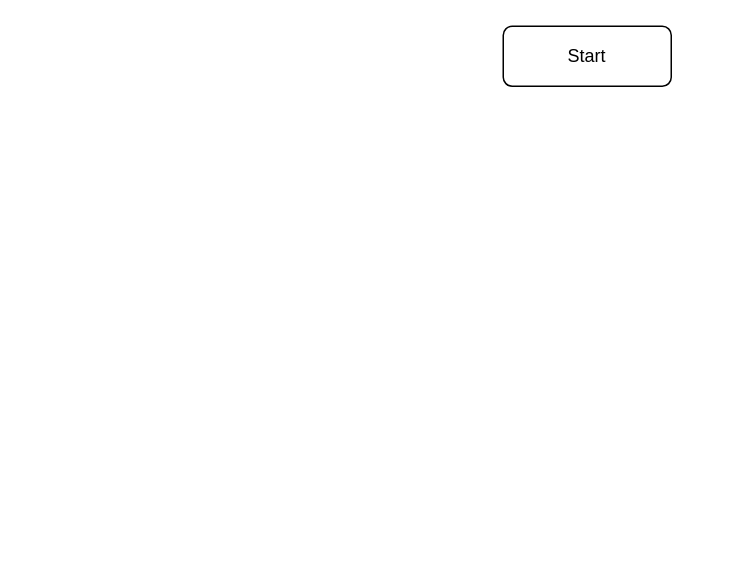
PlayWolfYT/M122 keeps this draw.io diagram as Projektauftrag/Datenimport.drawio. Above is the earlier version. Source tidied: cells renumbered, new cells numbered last; positions are measured from the earlier drawing's top-left corner, leaving out a move shared by most shapes. Both pictures are drawn from the tidied source at 150%, with x=0, y=0 at pixel (502, 26).
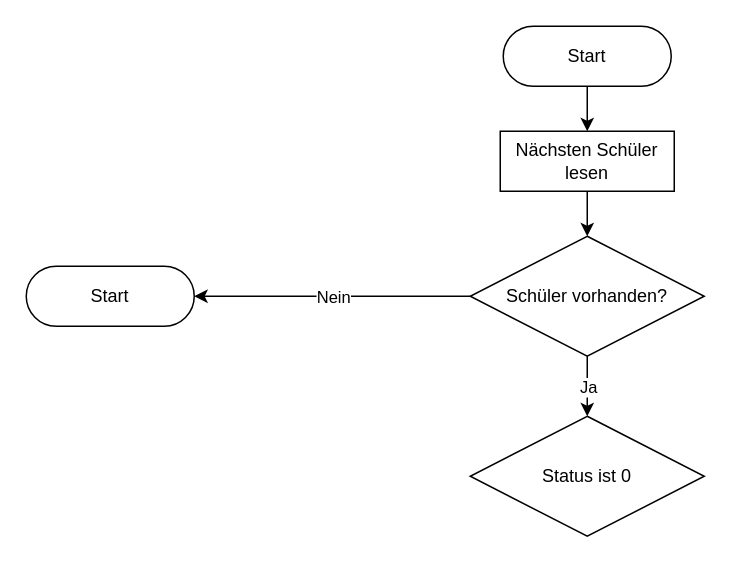
The same page after the edit.

What changed in the source:
```diff
@@
 <mxGraphModel>
   <root>
     <mxCell id="0" />
     <mxCell id="1" parent="0" />
+    <mxCell id="3" style="edgeStyle=orthogonalEdgeStyle;rounded=0;jettySize=auto;html=1;exitX=0.5;exitY=1;exitDx=0;exitDy=0;entryX=0.5;entryY=0;entryDx=0;entryDy=0;" parent="1" edge="1" source="2" target="5">
+      <mxGeometry relative="1" as="geometry" />
+    </mxCell>
-    <mxCell id="2" value="Start" style="rounded=1;whiteSpace=wrap;html=1;" parent="1" vertex="1">
+    <mxCell id="2" value="Start" style="rounded=1;whiteSpace=wrap;html=1;arcSize=50;" parent="1" vertex="1">
       <mxGeometry width="112" height="40" as="geometry" />
     </mxCell>
+    <mxCell id="4" style="edgeStyle=orthogonalEdgeStyle;rounded=0;jettySize=auto;html=1;exitX=0.5;exitY=1;exitDx=0;exitDy=0;entryX=0.5;entryY=0;entryDx=0;entryDy=0;" parent="1" edge="1" source="5" target="6">
+      <mxGeometry relative="1" as="geometry" />
+    </mxCell>
+    <mxCell id="5" value="Nächsten Schüler lesen" style="rounded=0;whiteSpace=wrap;html=1;" parent="1" vertex="1">
+      <mxGeometry x="-2" y="70" width="116" height="40" as="geometry" />
+    </mxCell>
+    <mxCell id="6" value="Schüler vorhanden?" style="rhombus;whiteSpace=wrap;html=1;rounded=0;" parent="1" vertex="1">
+      <mxGeometry x="-22" y="140" width="156" height="80" as="geometry" />
+    </mxCell>
+    <mxCell id="7" value="Start" style="rounded=1;whiteSpace=wrap;html=1;arcSize=50;" parent="1" vertex="1">
+      <mxGeometry x="-318" y="160" width="112" height="40" as="geometry" />
+    </mxCell>
+    <mxCell id="8" style="endArrow=classic;html=1;entryX=1;entryY=0.5;entryDx=0;entryDy=0;exitX=0;exitY=0.5;exitDx=0;exitDy=0;" parent="1" edge="1" source="6" target="7">
+      <mxGeometry relative="1" as="geometry" />
+    </mxCell>
+    <mxCell id="9" value="Nein" style="edgeLabel;html=1;align=center;verticalAlign=middle;" parent="8" vertex="1">
+      <mxGeometry relative="1" as="geometry" />
+    </mxCell>
+    <mxCell id="10" value="Status ist 0" style="rhombus;whiteSpace=wrap;html=1;rounded=0;" parent="1" vertex="1">
+      <mxGeometry x="-22" y="260" width="156" height="80" as="geometry" />
+    </mxCell>
+    <mxCell id="11" style="endArrow=classic;html=1;entryX=0.5;entryY=0;entryDx=0;entryDy=0;exitX=0.5;exitY=1;exitDx=0;exitDy=0;" parent="1" edge="1" source="6" target="10">
+      <mxGeometry relative="1" as="geometry" />
+    </mxCell>
+    <mxCell id="12" value="Ja" style="edgeLabel;html=1;align=center;verticalAlign=middle;" parent="11" vertex="1">
+      <mxGeometry relative="1" as="geometry" />
+    </mxCell>
   </root>
 </mxGraphModel>
```
